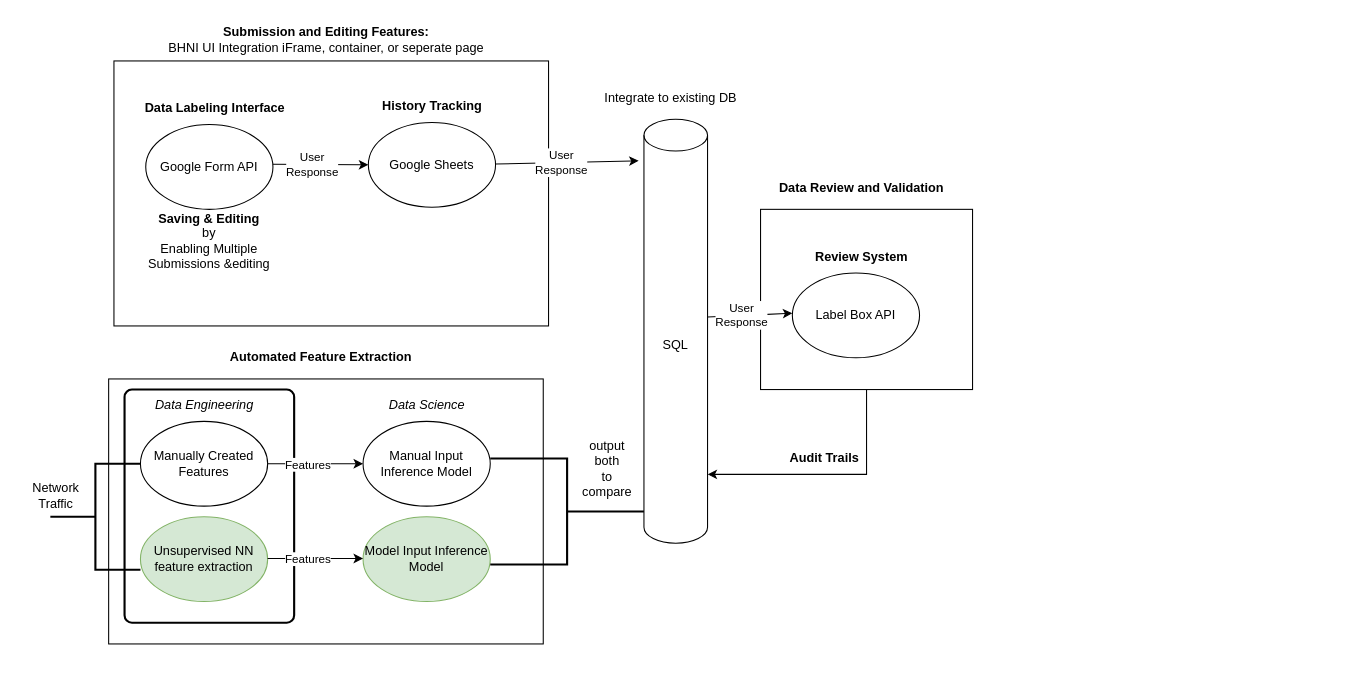
Above: BHNI form.drawio in VadneyK/diagrams (draw.io), before the change. Source tidied: cells renumbered, new cells numbered last; positions are measured from the earlier drawing's top-left corner, leaving out a move shared by most shapes. Both pictures are drawn from the tidied source at 106%, with x=0, y=0 at pixel (18, 18).
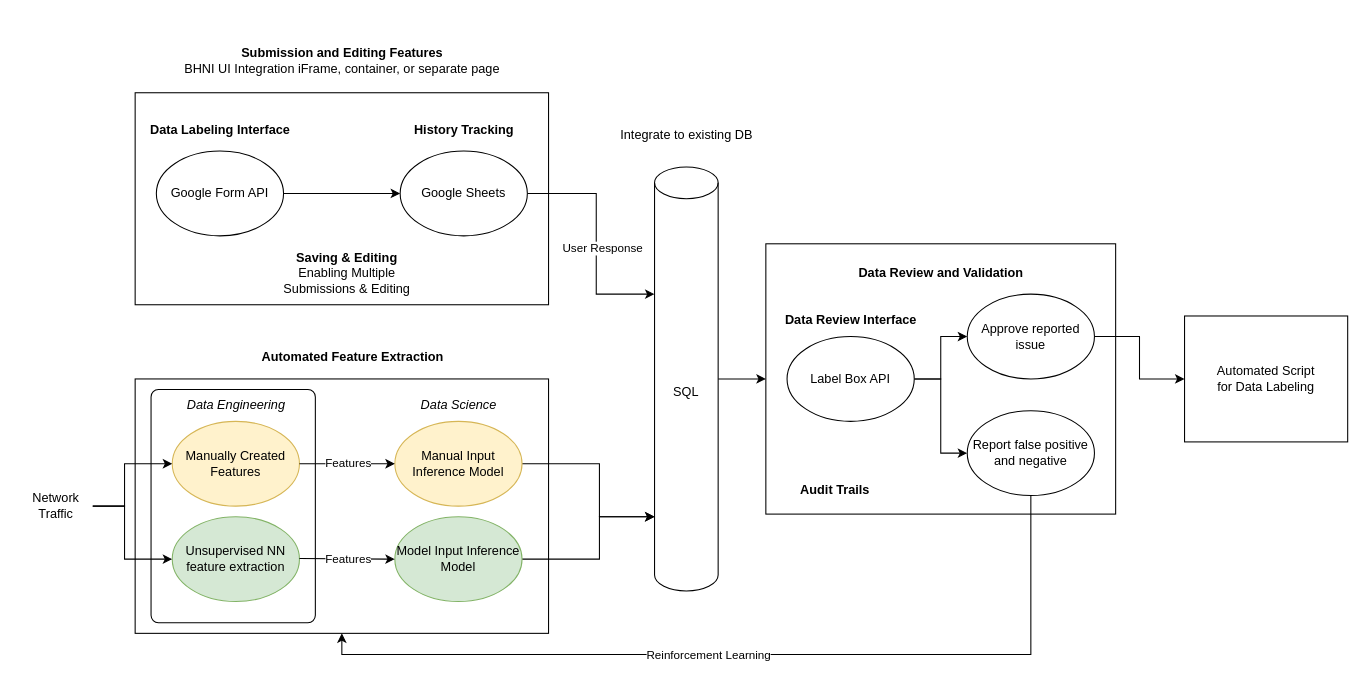
The same page after the edit.

The change refers to these unchanged cells:
```xml
<mxCell id="20" style="endArrow=classic;html=1;rounded=0;entryX=0;entryY=0.5;entryDx=0;entryDy=0;exitX=1;exitY=0.5;exitDx=0;exitDy=0;" parent="1" edge="1" source="16" target="18">
  <mxGeometry relative="1" as="geometry" />
</mxCell>
```

Change to the diagram source:
```diff
@@
-    <mxCell id="2" style="edgeStyle=orthogonalEdgeStyle;rounded=0;jettySize=auto;html=1;" parent="1" edge="1" source="3" target="36">
-      <mxGeometry relative="1" as="geometry">
-        <Array as="points">
-          <mxPoint x="800" y="430" />
-        </Array>
-      </mxGeometry>
-    </mxCell>
     <mxCell id="3" style="rounded=0;whiteSpace=wrap;html=1;" parent="1" vertex="1">
-      <mxGeometry x="700" y="180" width="200" height="170" as="geometry" />
+      <mxGeometry x="705" y="212.5" width="330" height="255" as="geometry" />
     </mxCell>
     <mxCell id="4" style="rounded=0;whiteSpace=wrap;html=1;" parent="1" vertex="1">
-      <mxGeometry x="85" y="340" width="410" height="250" as="geometry" />
+      <mxGeometry x="110" y="340" width="390" height="240" as="geometry" />
     </mxCell>
-    <mxCell id="5" style="rounded=1;whiteSpace=wrap;html=1;absoluteArcSize=1;arcSize=14;strokeWidth=2;" parent="1" vertex="1">
-      <mxGeometry x="100" y="350" width="160" height="220" as="geometry" />
+    <mxCell id="5" style="rounded=1;whiteSpace=wrap;html=1;absoluteArcSize=1;arcSize=14;strokeWidth=1;" parent="1" vertex="1">
+      <mxGeometry x="125" y="350" width="155" height="220" as="geometry" />
     </mxCell>
     <mxCell id="6" style="rounded=0;whiteSpace=wrap;html=1;" parent="1" vertex="1">
-      <mxGeometry x="90" y="40" width="410" height="250" as="geometry" />
+      <mxGeometry x="110" y="70" width="390" height="200" as="geometry" />
     </mxCell>
     <mxCell id="7" value="&lt;b&gt;Data Labeling Interface&lt;/b&gt;" style="text;html=1;align=center;verticalAlign=middle;strokeColor=none;fillColor=none;" parent="1" vertex="1">
-      <mxGeometry x="105" y="70" width="160" height="30" as="geometry" />
+      <mxGeometry x="110" y="90" width="160" height="30" as="geometry" />
     </mxCell>
+    <mxCell id="40" style="edgeStyle=orthogonalEdgeStyle;rounded=0;jettySize=auto;html=1;" parent="1" edge="1" source="8" target="10">
+      <mxGeometry relative="1" as="geometry" />
+    </mxCell>
     <mxCell id="8" value="Google Form API" style="ellipse;whiteSpace=wrap;html=1;" parent="1" vertex="1">
-      <mxGeometry x="120" y="100" width="120" height="80" as="geometry" />
+      <mxGeometry x="130" y="125" width="120" height="80" as="geometry" />
     </mxCell>
     <mxCell id="9" value="&lt;b&gt;History Tracking&lt;/b&gt;" style="text;html=1;align=center;verticalAlign=middle;strokeColor=none;fillColor=none;" parent="1" vertex="1">
-      <mxGeometry x="330" y="68" width="120" height="30" as="geometry" />
+      <mxGeometry x="360" y="90" width="120" height="30" as="geometry" />
     </mxCell>
+    <mxCell id="41" style="edgeStyle=orthogonalEdgeStyle;rounded=0;jettySize=auto;html=1;" parent="1" edge="1" source="10" target="36">
+      <mxGeometry relative="1" as="geometry">
+        <Array as="points">
+          <mxPoint x="545" y="165" />
+          <mxPoint x="545" y="260" />
+        </Array>
+      </mxGeometry>
+    </mxCell>
+    <mxCell id="42" value="User Response" style="edgeLabel;html=1;align=center;verticalAlign=middle;" parent="41" vertex="1">
+      <mxGeometry x="-0.29" relative="1" as="geometry">
+        <mxPoint x="5" y="40" as="offset" />
+      </mxGeometry>
+    </mxCell>
     <mxCell id="10" value="Google Sheets" style="ellipse;whiteSpace=wrap;html=1;" parent="1" vertex="1">
-      <mxGeometry x="330" y="98" width="120" height="80" as="geometry" />
+      <mxGeometry x="360" y="125" width="120" height="80" as="geometry" />
     </mxCell>
-    <mxCell id="11" value="&lt;b&gt;Submission and Editing Features:&lt;/b&gt;&lt;div&gt;BHNI UI Integration iFrame, container, or seperate page&lt;/div&gt;" style="text;html=1;align=center;verticalAlign=middle;strokeColor=none;fillColor=none;" parent="1" vertex="1">
-      <mxGeometry x="130" width="320" height="40" as="geometry" />
+    <mxCell id="11" value="&lt;b&gt;Submission and Editing Features&lt;/b&gt;&lt;div&gt;BHNI UI Integration iFrame, container, or separate page&lt;/div&gt;" style="text;html=1;align=center;verticalAlign=middle;strokeColor=none;fillColor=none;" parent="1" vertex="1">
+      <mxGeometry x="145" y="20" width="320" height="40" as="geometry" />
     </mxCell>
-    <mxCell id="12" style="endArrow=classic;html=1;rounded=0;entryX=0;entryY=0.5;entryDx=0;entryDy=0;" parent="1" edge="1" target="10">
-      <mxGeometry relative="1" as="geometry">
-        <mxPoint x="240" y="137.5" as="sourcePoint" />
-      </mxGeometry>
-    </mxCell>
-    <mxCell id="13" value="User&lt;div&gt;Response&lt;/div&gt;" style="edgeLabel;html=1;align=center;verticalAlign=middle;" parent="12" vertex="1">
-      <mxGeometry x="0.06" y="-1" relative="1" as="geometry">
-        <mxPoint x="-11" y="-1" as="offset" />
-      </mxGeometry>
-    </mxCell>
-    <mxCell id="14" value="&lt;b&gt;Saving &amp;amp; Editing&lt;/b&gt;&lt;div&gt;by&lt;/div&gt;&lt;div&gt;Enabling Multiple Submissions &amp;amp;editing&lt;/div&gt;" style="text;html=1;align=center;verticalAlign=middle;whiteSpace=wrap;rounded=0;" parent="1" vertex="1">
-      <mxGeometry x="120" y="180" width="120" height="60" as="geometry" />
+    <mxCell id="14" value="&lt;b&gt;Saving &amp;amp; Editing&lt;/b&gt;&lt;div&gt;&lt;span style=&quot;background-color: initial;&quot;&gt;Enabling Multiple Submissions &amp;amp; Editing&lt;/span&gt;&lt;/div&gt;" style="text;html=1;align=center;verticalAlign=middle;whiteSpace=wrap;rounded=0;" parent="1" vertex="1">
+      <mxGeometry x="230" y="210" width="160" height="60" as="geometry" />
     </mxCell>
     <mxCell id="15" value="&lt;i&gt;Data Engineering&lt;/i&gt;" style="text;html=1;align=center;verticalAlign=middle;strokeColor=none;fillColor=none;" parent="1" vertex="1">
-      <mxGeometry x="115" y="350" width="120" height="30" as="geometry" />
+      <mxGeometry x="145" y="350" width="120" height="30" as="geometry" />
     </mxCell>
-    <mxCell id="16" value="Manually Created Features" style="ellipse;whiteSpace=wrap;html=1;" parent="1" vertex="1">
-      <mxGeometry x="115" y="380" width="120" height="80" as="geometry" />
+    <mxCell id="16" value="Manually Created Features" style="ellipse;whiteSpace=wrap;html=1;fillColor=#fff2cc;strokeColor=#d6b656;" parent="1" vertex="1">
+      <mxGeometry x="145" y="380" width="120" height="80" as="geometry" />
     </mxCell>
     <mxCell id="17" value="&lt;i&gt;Data Science&lt;/i&gt;" style="text;html=1;align=center;verticalAlign=middle;strokeColor=none;fillColor=none;" parent="1" vertex="1">
-      <mxGeometry x="340" y="350" width="90" height="30" as="geometry" />
+      <mxGeometry x="370" y="350" width="90" height="30" as="geometry" />
     </mxCell>
+    <mxCell id="43" style="edgeStyle=orthogonalEdgeStyle;rounded=0;jettySize=auto;html=1;" parent="1" edge="1" source="18" target="36">
+      <mxGeometry relative="1" as="geometry">
+        <Array as="points">
+          <mxPoint x="548" y="420" />
+          <mxPoint x="548" y="470" />
+        </Array>
+      </mxGeometry>
+    </mxCell>
-    <mxCell id="18" value="Manual Input Inference Model" style="ellipse;whiteSpace=wrap;html=1;" parent="1" vertex="1">
-      <mxGeometry x="325" y="380" width="120" height="80" as="geometry" />
+    <mxCell id="18" value="Manual Input Inference Model" style="ellipse;whiteSpace=wrap;html=1;fillColor=#fff2cc;strokeColor=#d6b656;" parent="1" vertex="1">
+      <mxGeometry x="355" y="380" width="120" height="80" as="geometry" />
     </mxCell>
     <mxCell id="19" value="&lt;b&gt;Automated Feature Extraction&lt;/b&gt;" style="text;html=1;align=center;verticalAlign=middle;strokeColor=none;fillColor=none;" parent="1" vertex="1">
-      <mxGeometry x="190" y="305" width="190" height="30" as="geometry" />
+      <mxGeometry x="220" y="305" width="190" height="30" as="geometry" />
     </mxCell>
@@
-    <mxCell id="21" value="Features" style="edgeLabel;html=1;align=center;verticalAlign=middle;" parent="20" vertex="1">
-      <mxGeometry x="0.06" y="-1" relative="1" as="geometry">
-        <mxPoint x="-11" y="-1" as="offset" />
-      </mxGeometry>
-    </mxCell>
+    <mxCell id="44" value="Features" style="edgeLabel;html=1;align=center;verticalAlign=middle;" parent="20" vertex="1">
+      <mxGeometry x="0.01" y="1" relative="1" as="geometry" />
+    </mxCell>
     <mxCell id="22" value="Unsupervised NN feature extraction" style="ellipse;whiteSpace=wrap;html=1;fillColor=#d5e8d4;strokeColor=#82b366;" parent="1" vertex="1">
-      <mxGeometry x="115" y="470" width="120" height="80" as="geometry" />
+      <mxGeometry x="145" y="470" width="120" height="80" as="geometry" />
     </mxCell>
-    <mxCell id="23" style="strokeWidth=2;html=1;shape=mxgraph.flowchart.annotation_2;align=left;labelPosition=right;" parent="1" vertex="1">
-      <mxGeometry x="30" y="420" width="85" height="100" as="geometry" />
-    </mxCell>
+    <mxCell id="45" style="edgeStyle=orthogonalEdgeStyle;rounded=0;jettySize=auto;html=1;" parent="1" edge="1" source="24" target="16">
+      <mxGeometry relative="1" as="geometry">
+        <Array as="points">
+          <mxPoint x="100" y="460" />
+          <mxPoint x="100" y="420" />
+        </Array>
+      </mxGeometry>
+    </mxCell>
+    <mxCell id="46" style="edgeStyle=orthogonalEdgeStyle;rounded=0;jettySize=auto;html=1;" parent="1" edge="1" source="24" target="22">
+      <mxGeometry relative="1" as="geometry">
+        <Array as="points">
+          <mxPoint x="100" y="460" />
+          <mxPoint x="100" y="510" />
+        </Array>
+      </mxGeometry>
+    </mxCell>
     <mxCell id="24" value="Network&lt;div&gt;Traffic&lt;/div&gt;" style="text;html=1;align=center;verticalAlign=middle;points=[];strokeColor=none;fillColor=none;" parent="1" vertex="1">
-      <mxGeometry y="430" width="70" height="40" as="geometry" />
+      <mxGeometry y="440" width="70" height="40" as="geometry" />
     </mxCell>
+    <mxCell id="47" style="edgeStyle=orthogonalEdgeStyle;rounded=0;jettySize=auto;html=1;" parent="1" edge="1" source="25" target="36">
+      <mxGeometry relative="1" as="geometry">
+        <Array as="points">
+          <mxPoint x="548" y="510" />
+          <mxPoint x="548" y="470" />
+        </Array>
+      </mxGeometry>
+    </mxCell>
     <mxCell id="25" value="Model Input Inference Model" style="ellipse;whiteSpace=wrap;html=1;fillColor=#d5e8d4;strokeColor=#82b366;" parent="1" vertex="1">
-      <mxGeometry x="325" y="470" width="120" height="80" as="geometry" />
+      <mxGeometry x="355" y="470" width="120" height="80" as="geometry" />
     </mxCell>
-    <mxCell id="26" style="endArrow=classic;html=1;rounded=0;entryX=0;entryY=0.5;entryDx=0;entryDy=0;exitX=1;exitY=0.5;exitDx=0;exitDy=0;" parent="1" edge="1">
+    <mxCell id="26" style="endArrow=classic;html=1;rounded=0;exitX=1;exitY=0.5;exitDx=0;exitDy=0;" parent="1" edge="1" target="25">
       <mxGeometry relative="1" as="geometry">
-        <mxPoint x="235" y="509.4" as="sourcePoint" />
-        <mxPoint x="325" y="509.4" as="targetPoint" />
+        <mxPoint x="265" y="509.4" as="sourcePoint" />
       </mxGeometry>
     </mxCell>
-    <mxCell id="27" value="Features" style="edgeLabel;html=1;align=center;verticalAlign=middle;" parent="26" vertex="1">
-      <mxGeometry x="0.06" y="-1" relative="1" as="geometry">
-        <mxPoint x="-11" y="-1" as="offset" />
-      </mxGeometry>
-    </mxCell>
-    <mxCell id="28" style="strokeWidth=2;html=1;shape=mxgraph.flowchart.annotation_2;align=left;labelPosition=right;rotation=-180;" parent="1" vertex="1">
-      <mxGeometry x="445" y="415" width="145" height="100" as="geometry" />
-    </mxCell>
-    <mxCell id="29" value="&lt;b&gt;Review System&lt;/b&gt;" style="text;html=1;align=center;verticalAlign=middle;strokeColor=none;fillColor=none;" parent="1" vertex="1">
-      <mxGeometry x="740" y="210" width="110" height="30" as="geometry" />
-    </mxCell>
+    <mxCell id="48" value="Features" style="edgeLabel;html=1;align=center;verticalAlign=middle;" parent="26" vertex="1">
+      <mxGeometry x="0.03" relative="1" as="geometry" />
+    </mxCell>
+    <mxCell id="49" style="edgeStyle=orthogonalEdgeStyle;rounded=0;jettySize=auto;html=1;" parent="1" edge="1" source="30" target="57">
+      <mxGeometry relative="1" as="geometry" />
+    </mxCell>
+    <mxCell id="50" style="edgeStyle=orthogonalEdgeStyle;rounded=0;jettySize=auto;html=1;" parent="1" edge="1" source="30" target="55">
+      <mxGeometry relative="1" as="geometry" />
+    </mxCell>
     <mxCell id="30" value="Label Box API" style="ellipse;whiteSpace=wrap;html=1;" parent="1" vertex="1">
-      <mxGeometry x="730" y="240" width="120" height="80" as="geometry" />
+      <mxGeometry x="725" y="300" width="120" height="80" as="geometry" />
     </mxCell>
     <mxCell id="31" value="&lt;b&gt;Audit Trails&lt;/b&gt;" style="text;html=1;align=center;verticalAlign=middle;strokeColor=none;fillColor=none;" parent="1" vertex="1">
-      <mxGeometry x="715" y="400" width="90" height="30" as="geometry" />
+      <mxGeometry x="725" y="430" width="90" height="30" as="geometry" />
     </mxCell>
     <mxCell id="32" value="&lt;b&gt;Data Review and Validation&lt;/b&gt;" style="text;html=1;align=center;verticalAlign=middle;strokeColor=none;fillColor=none;" parent="1" vertex="1">
-      <mxGeometry x="705" y="145" width="180" height="30" as="geometry" />
+      <mxGeometry x="780" y="225" width="180" height="30" as="geometry" />
     </mxCell>
-    <mxCell id="33" value="output&lt;div&gt;both&lt;/div&gt;&lt;div&gt;to&lt;/div&gt;&lt;div&gt;compare&lt;/div&gt;" style="text;html=1;align=center;verticalAlign=middle;strokeColor=none;fillColor=none;" parent="1" vertex="1">
-      <mxGeometry x="520" y="390" width="70" height="70" as="geometry" />
-    </mxCell>
-    <mxCell id="34" style="endArrow=classic;html=1;rounded=0;entryX=-0.083;entryY=0.098;entryDx=0;entryDy=0;entryPerimeter=0;" parent="1" edge="1" target="36">
-      <mxGeometry relative="1" as="geometry">
-        <mxPoint x="450" y="137.3" as="sourcePoint" />
-      </mxGeometry>
-    </mxCell>
-    <mxCell id="35" value="User&lt;div&gt;Response&lt;/div&gt;" style="edgeLabel;html=1;align=center;verticalAlign=middle;" parent="34" vertex="1">
-      <mxGeometry x="0.06" y="-1" relative="1" as="geometry">
-        <mxPoint x="-11" y="-1" as="offset" />
-      </mxGeometry>
-    </mxCell>
+    <mxCell id="51" style="edgeStyle=orthogonalEdgeStyle;rounded=0;jettySize=auto;html=1;" parent="1" edge="1" source="36" target="3">
+      <mxGeometry relative="1" as="geometry" />
+    </mxCell>
     <mxCell id="36" value="SQL" style="shape=cylinder3;whiteSpace=wrap;html=1;boundedLbl=1;backgroundOutline=1;size=15;" parent="1" vertex="1">
-      <mxGeometry x="590" y="95" width="60" height="400" as="geometry" />
+      <mxGeometry x="600" y="140" width="60" height="400" as="geometry" />
     </mxCell>
-    <mxCell id="37" style="endArrow=classic;html=1;rounded=0;" parent="1" edge="1">
-      <mxGeometry relative="1" as="geometry">
-        <mxPoint x="650" y="281.6" as="sourcePoint" />
-        <mxPoint x="730" y="278" as="targetPoint" />
-      </mxGeometry>
-    </mxCell>
-    <mxCell id="38" value="User&lt;div&gt;Response&lt;/div&gt;" style="edgeLabel;html=1;align=center;verticalAlign=middle;" parent="37" vertex="1">
-      <mxGeometry x="0.06" y="-1" relative="1" as="geometry">
-        <mxPoint x="-11" y="-1" as="offset" />
-      </mxGeometry>
-    </mxCell>
     <mxCell id="39" value="Integrate to existing DB" style="text;html=1;align=center;verticalAlign=middle;strokeColor=none;fillColor=none;" parent="1" vertex="1">
-      <mxGeometry x="540" y="60" width="150" height="30" as="geometry" />
+      <mxGeometry x="555" y="95" width="150" height="30" as="geometry" />
     </mxCell>
+    <mxCell id="52" value="&lt;b&gt;Data Review Interface&lt;/b&gt;" style="text;html=1;align=center;verticalAlign=middle;strokeColor=none;fillColor=none;" parent="1" vertex="1">
+      <mxGeometry x="710" y="270" width="150" height="30" as="geometry" />
+    </mxCell>
+    <mxCell id="53" style="edgeStyle=orthogonalEdgeStyle;rounded=0;jettySize=auto;html=1;entryX=0.5;entryY=1;entryDx=0;entryDy=0;" parent="1" edge="1" source="55" target="4">
+      <mxGeometry relative="1" as="geometry">
+        <Array as="points">
+          <mxPoint x="955" y="600" />
+          <mxPoint x="305" y="600" />
+        </Array>
+      </mxGeometry>
+    </mxCell>
+    <mxCell id="54" value="Reinforcement Learning" style="edgeLabel;html=1;align=center;verticalAlign=middle;" parent="53" vertex="1">
+      <mxGeometry x="0.11" relative="1" as="geometry" />
+    </mxCell>
+    <mxCell id="55" value="Report false positive and negative" style="ellipse;whiteSpace=wrap;html=1;" parent="1" vertex="1">
+      <mxGeometry x="895" y="370" width="120" height="80" as="geometry" />
+    </mxCell>
+    <mxCell id="56" style="edgeStyle=orthogonalEdgeStyle;rounded=0;jettySize=auto;html=1;" parent="1" edge="1" source="57" target="58">
+      <mxGeometry relative="1" as="geometry" />
+    </mxCell>
+    <mxCell id="57" value="Approve reported issue" style="ellipse;whiteSpace=wrap;html=1;" parent="1" vertex="1">
+      <mxGeometry x="895" y="260" width="120" height="80" as="geometry" />
+    </mxCell>
+    <mxCell id="58" value="Automated Script&lt;div&gt;for Data Labeling&lt;/div&gt;" style="rounded=0;whiteSpace=wrap;html=1;" parent="1" vertex="1">
+      <mxGeometry x="1100" y="280.6" width="153.9" height="118.8" as="geometry" />
+    </mxCell>
```
